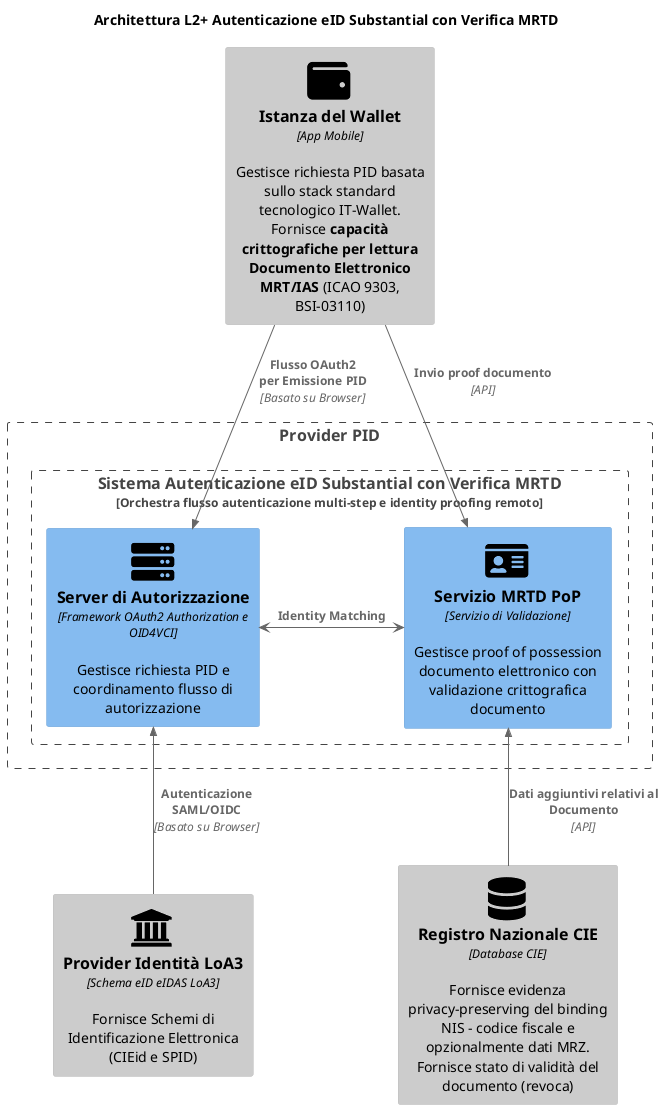
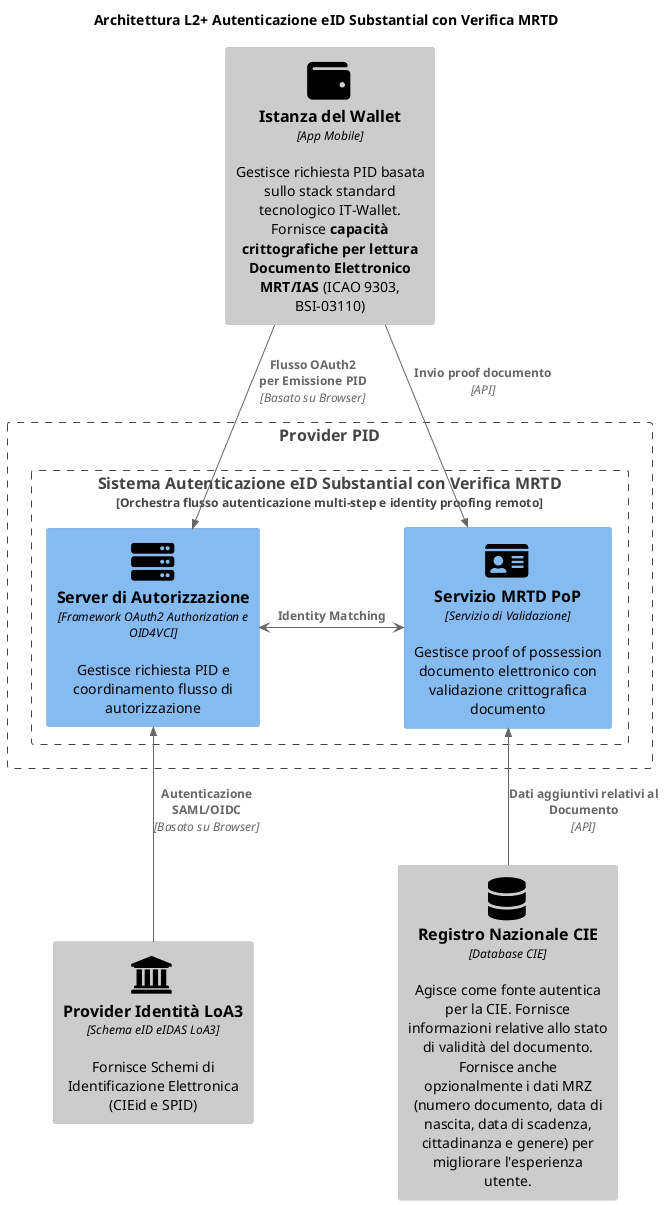
@startuml Architettura Autorizzazione Multi-Step L2+
'!theme cerulean-outline
!include <C4/C4_Component>
HIDE_STEREOTYPE()
'LAYOUT_WITH_LEGEND()

' Define SPRITES
!include <tupadr3/common>
!include <tupadr3/font-awesome-5/database>
!include <tupadr3/font-awesome-5/server>
!include <tupadr3/font-awesome-5/id_card>
!include <tupadr3/font-awesome-5/wallet>
!include <tupadr3/font-awesome/institution>

title Architettura L2+ Autenticazione eID Substantial con Verifica MRTD

Component_Ext(wallet, "Istanza del Wallet", "App Mobile", "Gestisce richiesta PID basata sullo stack standard tecnologico IT-Wallet. Fornisce **capacità crittografiche per lettura Documento Elettronico MRT/IAS** (ICAO 9303, BSI-03110)",$sprite="wallet")

Boundary(issuer, "Provider PID") {
    Boundary(multi_step_authz, "Sistema Autenticazione eID Substantial con Verifica MRTD", "Orchestra flusso autenticazione multi-step e identity proofing remoto") {
        Component(pid_authz_server, "Server di Autorizzazione", "Framework OAuth2 Authorization e OID4VCI", "Gestisce richiesta PID e coordinamento flusso di autorizzazione",$sprite="server")
        Component(doc_pop_service, "Servizio MRTD PoP", "Servizio di Validazione", "Gestisce proof of possession documento elettronico con validazione crittografica documento",$sprite="id_card")
    }
}

Component_Ext(loa3_idp, "Provider Identità LoA3", "Schema eID eIDAS LoA3", "Fornisce Schemi di Identificazione Elettronica (CIEid e SPID)",$sprite="institution")

- Component_Ext(cie_registry, "Registro Nazionale CIE", "Database CIE", "Fornisce evidenza privacy-preserving del binding NIS - codice fiscale e opzionalmente dati MRZ. Fornisce stato di validità del documento (revoca)",$sprite="database")
+ Component_Ext(cie_registry, "Registro Nazionale CIE", "Database CIE", "Agisce come fonte autentica per la CIE. Fornisce informazioni relative allo stato di validità del documento. Fornisce anche opzionalmente i dati MRZ (numero documento, data di nascita, data di scadenza, cittadinanza e genere) per migliorare l'esperienza utente.",$sprite="database")

Rel(wallet, pid_authz_server, "Flusso OAuth2 \nper Emissione PID", "Basato su Browser")

Rel(wallet, doc_pop_service, "Invio proof documento", "API")

pid_authz_server <-> doc_pop_service : "**Identity Matching**"

Rel_Back(pid_authz_server, loa3_idp, "Autenticazione SAML/OIDC", "Basato su Browser")

Rel_Back(doc_pop_service, cie_registry, "Dati aggiuntivi relativi al Documento", "API")
@enduml